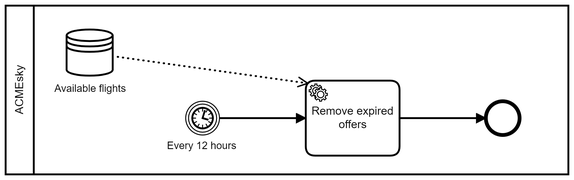
Earlier version of the BPMN export docs/bpmn/RemovingExpiredOffers.png (Vallasc/ACMEsky). Its source is kept beside it as docs/bpmn/RemovingExpiredOffers.bpmn. Ids are renumbered. Source of this version:
```xml
<bpmn:definitions xmlns:bpmn="http://www.omg.org/spec/BPMN/20100524/MODEL" xmlns:bpmndi="http://www.omg.org/spec/BPMN/20100524/DI" xmlns:dc="http://www.omg.org/spec/DD/20100524/DC" xmlns:xsi="http://www.w3.org/2001/XMLSchema-instance" xmlns:di="http://www.omg.org/spec/DD/20100524/DI" id="Definitions_n1" targetNamespace="http://bpmn.io/schema/bpmn" exporter="Camunda Modeler" exporterVersion="4.3.0">
  <bpmn:collaboration id="Collaboration_n2">
    <bpmn:participant id="Participant_n3" name="ACMEsky" processRef="Process_n4" />
  </bpmn:collaboration>
  <bpmn:process id="Process_n4" isExecutable="true">
    <bpmn:intermediateCatchEvent id="Event_n5" name="Every 12 hours">
      <bpmn:outgoing>Flow_n6</bpmn:outgoing>
      <bpmn:timerEventDefinition id="TimerEventDefinition_n7">
        <bpmn:timeDuration xsi:type="bpmn:tFormalExpression" />
      </bpmn:timerEventDefinition>
    </bpmn:intermediateCatchEvent>
    <bpmn:endEvent id="Event_n8">
      <bpmn:incoming>Flow_n9</bpmn:incoming>
    </bpmn:endEvent>
    <bpmn:dataStoreReference id="DataStoreReference_n10" name="Table generated_offers" />
    <bpmn:subProcess id="Activity_n11" name="For each expired offer">
      <bpmn:incoming>Flow_n6</bpmn:incoming>
      <bpmn:outgoing>Flow_n9</bpmn:outgoing>
      <bpmn:startEvent id="Event_n12">
        <bpmn:outgoing>Flow_n13</bpmn:outgoing>
      </bpmn:startEvent>
      <bpmn:serviceTask id="Activity_n14" name="Remove expired offers">
        <bpmn:incoming>Flow_n13</bpmn:incoming>
        <bpmn:outgoing>Flow_n15</bpmn:outgoing>
        <bpmn:property id="Property_n16" name="__targetRef_placeholder" />
        <bpmn:dataInputAssociation id="DataInputAssociation_n17">
          <bpmn:sourceRef>DataStoreReference_n10</bpmn:sourceRef>
          <bpmn:targetRef>Property_n16</bpmn:targetRef>
        </bpmn:dataInputAssociation>
      </bpmn:serviceTask>
      <bpmn:serviceTask id="Activity_n18" name="Set flight available true">
        <bpmn:incoming>Flow_n15</bpmn:incoming>
        <bpmn:outgoing>Flow_n19</bpmn:outgoing>
      </bpmn:serviceTask>
      <bpmn:endEvent id="Event_n20">
        <bpmn:incoming>Flow_n19</bpmn:incoming>
      </bpmn:endEvent>
      <bpmn:sequenceFlow id="Flow_n19" sourceRef="Activity_n18" targetRef="Event_n20" />
      <bpmn:sequenceFlow id="Flow_n13" sourceRef="Event_n12" targetRef="Activity_n14" />
      <bpmn:sequenceFlow id="Flow_n15" sourceRef="Activity_n14" targetRef="Activity_n18" />
    </bpmn:subProcess>
    <bpmn:sequenceFlow id="Flow_n6" sourceRef="Event_n5" targetRef="Activity_n11" />
    <bpmn:sequenceFlow id="Flow_n9" sourceRef="Activity_n11" targetRef="Event_n8" />
  </bpmn:process>
  <bpmndi:BPMNDiagram id="BPMNDiagram_1">
    <bpmndi:BPMNPlane id="BPMNPlane_1" bpmnElement="Collaboration_n2">
      <bpmndi:BPMNShape id="Participant_n3_di" bpmnElement="Participant_n3" isHorizontal="true">
        <dc:Bounds x="120" y="85" width="940" height="265" />
      </bpmndi:BPMNShape>
      <bpmndi:BPMNEdge id="Flow_n6_di" bpmnElement="Flow_n6">
        <di:waypoint x="308" y="250" />
        <di:waypoint x="380" y="250" />
      </bpmndi:BPMNEdge>
      <bpmndi:BPMNEdge id="Flow_n9_di" bpmnElement="Flow_n9">
        <di:waypoint x="890" y="250" />
        <di:waypoint x="992" y="250" />
      </bpmndi:BPMNEdge>
      <bpmndi:BPMNShape id="Event_n5_di" bpmnElement="Event_n5">
        <dc:Bounds x="272" y="232" width="36" height="36" />
        <bpmndi:BPMNLabel>
          <dc:Bounds x="252" y="273" width="75" height="14" />
        </bpmndi:BPMNLabel>
      </bpmndi:BPMNShape>
      <bpmndi:BPMNShape id="Event_n8_di" bpmnElement="Event_n8">
        <dc:Bounds x="992" y="232" width="36" height="36" />
      </bpmndi:BPMNShape>
      <bpmndi:BPMNShape id="DataStoreReference_n10_di" bpmnElement="DataStoreReference_n10">
        <dc:Bounds x="195" y="105" width="50" height="50" />
        <bpmndi:BPMNLabel>
          <dc:Bounds x="179" y="162" width="84" height="27" />
        </bpmndi:BPMNLabel>
      </bpmndi:BPMNShape>
      <bpmndi:BPMNShape id="Activity_n11_di" bpmnElement="Activity_n11" isExpanded="true">
        <dc:Bounds x="380" y="170" width="510" height="150" />
      </bpmndi:BPMNShape>
      <bpmndi:BPMNEdge id="Flow_n19_di" bpmnElement="Flow_n19">
        <di:waypoint x="750" y="250" />
        <di:waypoint x="802" y="250" />
      </bpmndi:BPMNEdge>
      <bpmndi:BPMNEdge id="Flow_n13_di" bpmnElement="Flow_n13">
        <di:waypoint x="456" y="250" />
        <di:waypoint x="500" y="250" />
      </bpmndi:BPMNEdge>
      <bpmndi:BPMNEdge id="Flow_n15_di" bpmnElement="Flow_n15">
        <di:waypoint x="600" y="250" />
        <di:waypoint x="650" y="250" />
      </bpmndi:BPMNEdge>
      <bpmndi:BPMNShape id="Event_n12_di" bpmnElement="Event_n12">
        <dc:Bounds x="420" y="232" width="36" height="36" />
      </bpmndi:BPMNShape>
      <bpmndi:BPMNShape id="Activity_n14_di" bpmnElement="Activity_n14">
        <dc:Bounds x="500" y="210" width="100" height="80" />
      </bpmndi:BPMNShape>
      <bpmndi:BPMNShape id="Activity_n18_di" bpmnElement="Activity_n18">
        <dc:Bounds x="650" y="210" width="100" height="80" />
      </bpmndi:BPMNShape>
      <bpmndi:BPMNShape id="Event_n20_di" bpmnElement="Event_n20">
        <dc:Bounds x="802" y="232" width="36" height="36" />
      </bpmndi:BPMNShape>
      <bpmndi:BPMNEdge id="DataInputAssociation_n17_di" bpmnElement="DataInputAssociation_n17">
        <di:waypoint x="245" y="138" />
        <di:waypoint x="502" y="215" />
      </bpmndi:BPMNEdge>
    </bpmndi:BPMNPlane>
  </bpmndi:BPMNDiagram>
</bpmn:definitions>
```
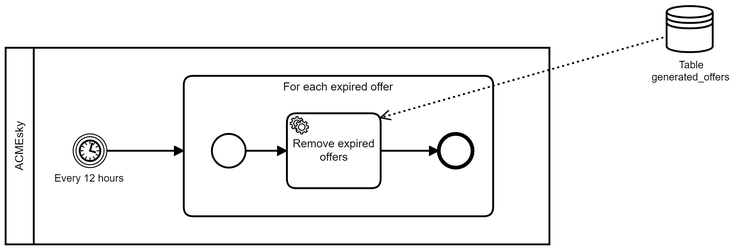
The same diagram one commit later.

Diff of the diagram source:
```diff
@@ -9,13 +9,9 @@
         <bpmn:timeDuration xsi:type="bpmn:tFormalExpression" />
       </bpmn:timerEventDefinition>
     </bpmn:intermediateCatchEvent>
-    <bpmn:endEvent id="Event_n8">
-      <bpmn:incoming>Flow_n9</bpmn:incoming>
-    </bpmn:endEvent>
     <bpmn:dataStoreReference id="DataStoreReference_n10" name="Table generated_offers" />
     <bpmn:subProcess id="Activity_n11" name="For each expired offer">
       <bpmn:incoming>Flow_n6</bpmn:incoming>
-      <bpmn:outgoing>Flow_n9</bpmn:outgoing>
       <bpmn:startEvent id="Event_n12">
         <bpmn:outgoing>Flow_n13</bpmn:outgoing>
       </bpmn:startEvent>
@@ -28,32 +24,22 @@
           <bpmn:targetRef>Property_n16</bpmn:targetRef>
         </bpmn:dataInputAssociation>
       </bpmn:serviceTask>
-      <bpmn:serviceTask id="Activity_n18" name="Set flight available true">
+      <bpmn:endEvent id="Event_n20">
         <bpmn:incoming>Flow_n15</bpmn:incoming>
-        <bpmn:outgoing>Flow_n19</bpmn:outgoing>
-      </bpmn:serviceTask>
-      <bpmn:endEvent id="Event_n20">
-        <bpmn:incoming>Flow_n19</bpmn:incoming>
       </bpmn:endEvent>
-      <bpmn:sequenceFlow id="Flow_n19" sourceRef="Activity_n18" targetRef="Event_n20" />
       <bpmn:sequenceFlow id="Flow_n13" sourceRef="Event_n12" targetRef="Activity_n14" />
-      <bpmn:sequenceFlow id="Flow_n15" sourceRef="Activity_n14" targetRef="Activity_n18" />
+      <bpmn:sequenceFlow id="Flow_n15" sourceRef="Activity_n14" targetRef="Event_n20" />
     </bpmn:subProcess>
     <bpmn:sequenceFlow id="Flow_n6" sourceRef="Event_n5" targetRef="Activity_n11" />
-    <bpmn:sequenceFlow id="Flow_n9" sourceRef="Activity_n11" targetRef="Event_n8" />
   </bpmn:process>
   <bpmndi:BPMNDiagram id="BPMNDiagram_1">
     <bpmndi:BPMNPlane id="BPMNPlane_1" bpmnElement="Collaboration_n2">
       <bpmndi:BPMNShape id="Participant_n3_di" bpmnElement="Participant_n3" isHorizontal="true">
-        <dc:Bounds x="120" y="85" width="940" height="265" />
+        <dc:Bounds x="200" y="140" width="580" height="210" />
       </bpmndi:BPMNShape>
       <bpmndi:BPMNEdge id="Flow_n6_di" bpmnElement="Flow_n6">
         <di:waypoint x="308" y="250" />
-        <di:waypoint x="380" y="250" />
-      </bpmndi:BPMNEdge>
-      <bpmndi:BPMNEdge id="Flow_n9_di" bpmnElement="Flow_n9">
-        <di:waypoint x="890" y="250" />
-        <di:waypoint x="992" y="250" />
+        <di:waypoint x="390" y="250" />
       </bpmndi:BPMNEdge>
       <bpmndi:BPMNShape id="Event_n5_di" bpmnElement="Event_n5">
         <dc:Bounds x="272" y="232" width="36" height="36" />
@@ -61,29 +47,16 @@
           <dc:Bounds x="252" y="273" width="75" height="14" />
         </bpmndi:BPMNLabel>
       </bpmndi:BPMNShape>
-      <bpmndi:BPMNShape id="Event_n8_di" bpmnElement="Event_n8">
-        <dc:Bounds x="992" y="232" width="36" height="36" />
+      <bpmndi:BPMNShape id="Activity_n11_di" bpmnElement="Activity_n11" isExpanded="true">
+        <dc:Bounds x="390" y="170" width="330" height="150" />
       </bpmndi:BPMNShape>
-      <bpmndi:BPMNShape id="DataStoreReference_n10_di" bpmnElement="DataStoreReference_n10">
-        <dc:Bounds x="195" y="105" width="50" height="50" />
-        <bpmndi:BPMNLabel>
-          <dc:Bounds x="179" y="162" width="84" height="27" />
-        </bpmndi:BPMNLabel>
-      </bpmndi:BPMNShape>
-      <bpmndi:BPMNShape id="Activity_n11_di" bpmnElement="Activity_n11" isExpanded="true">
-        <dc:Bounds x="380" y="170" width="510" height="150" />
-      </bpmndi:BPMNShape>
-      <bpmndi:BPMNEdge id="Flow_n19_di" bpmnElement="Flow_n19">
-        <di:waypoint x="750" y="250" />
-        <di:waypoint x="802" y="250" />
+      <bpmndi:BPMNEdge id="Flow_n15_di" bpmnElement="Flow_n15">
+        <di:waypoint x="600" y="250" />
+        <di:waypoint x="662" y="250" />
       </bpmndi:BPMNEdge>
       <bpmndi:BPMNEdge id="Flow_n13_di" bpmnElement="Flow_n13">
         <di:waypoint x="456" y="250" />
         <di:waypoint x="500" y="250" />
-      </bpmndi:BPMNEdge>
-      <bpmndi:BPMNEdge id="Flow_n15_di" bpmnElement="Flow_n15">
-        <di:waypoint x="600" y="250" />
-        <di:waypoint x="650" y="250" />
       </bpmndi:BPMNEdge>
       <bpmndi:BPMNShape id="Event_n12_di" bpmnElement="Event_n12">
         <dc:Bounds x="420" y="232" width="36" height="36" />
@@ -91,15 +64,18 @@
       <bpmndi:BPMNShape id="Activity_n14_di" bpmnElement="Activity_n14">
         <dc:Bounds x="500" y="210" width="100" height="80" />
       </bpmndi:BPMNShape>
-      <bpmndi:BPMNShape id="Activity_n18_di" bpmnElement="Activity_n18">
-        <dc:Bounds x="650" y="210" width="100" height="80" />
+      <bpmndi:BPMNShape id="Event_n20_di" bpmnElement="Event_n20">
+        <dc:Bounds x="662" y="232" width="36" height="36" />
       </bpmndi:BPMNShape>
-      <bpmndi:BPMNShape id="Event_n20_di" bpmnElement="Event_n20">
-        <dc:Bounds x="802" y="232" width="36" height="36" />
+      <bpmndi:BPMNShape id="DataStoreReference_n10_di" bpmnElement="DataStoreReference_n10">
+        <dc:Bounds x="905" y="95" width="50" height="50" />
+        <bpmndi:BPMNLabel>
+          <dc:Bounds x="889" y="152" width="84" height="27" />
+        </bpmndi:BPMNLabel>
       </bpmndi:BPMNShape>
       <bpmndi:BPMNEdge id="DataInputAssociation_n17_di" bpmnElement="DataInputAssociation_n17">
-        <di:waypoint x="245" y="138" />
-        <di:waypoint x="502" y="215" />
+        <di:waypoint x="905" y="128" />
+        <di:waypoint x="599" y="215" />
       </bpmndi:BPMNEdge>
     </bpmndi:BPMNPlane>
   </bpmndi:BPMNDiagram>
```
